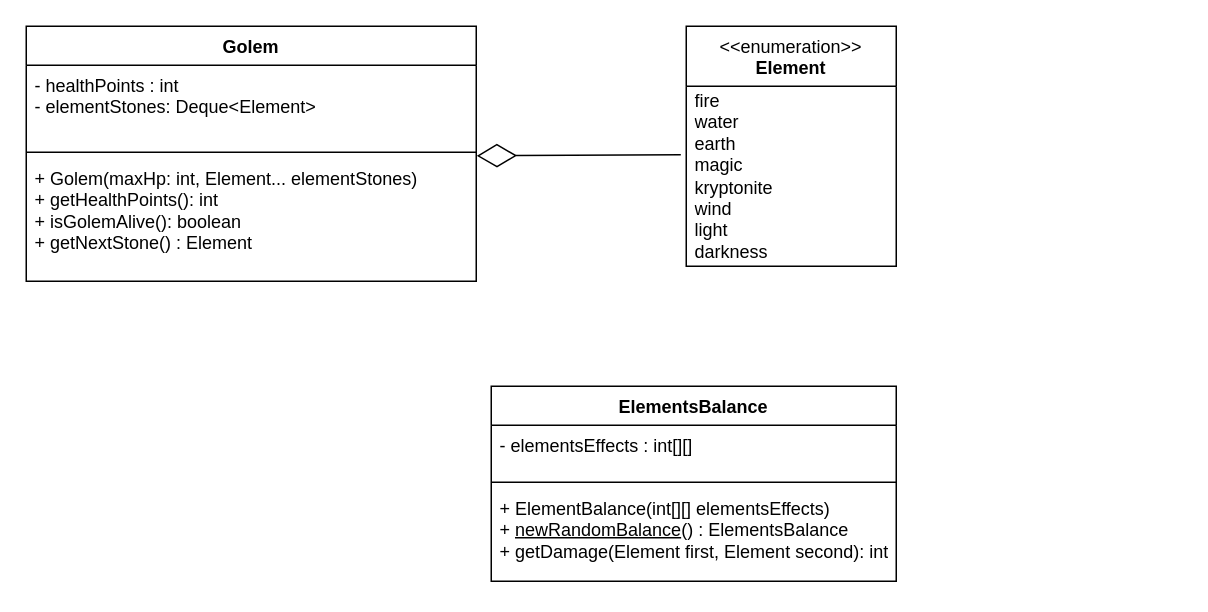
This is UML.drawio from ildivan/PgAr2023_Pota_TamaGolem, a draw.io file, before an edit. Source tidied: cells renumbered, new cells numbered last; positions are measured from the earlier drawing's top-left corner, leaving out a move shared by most shapes. Both pictures are drawn from the tidied source at 150%, with x=0, y=0 at pixel (26, 26).
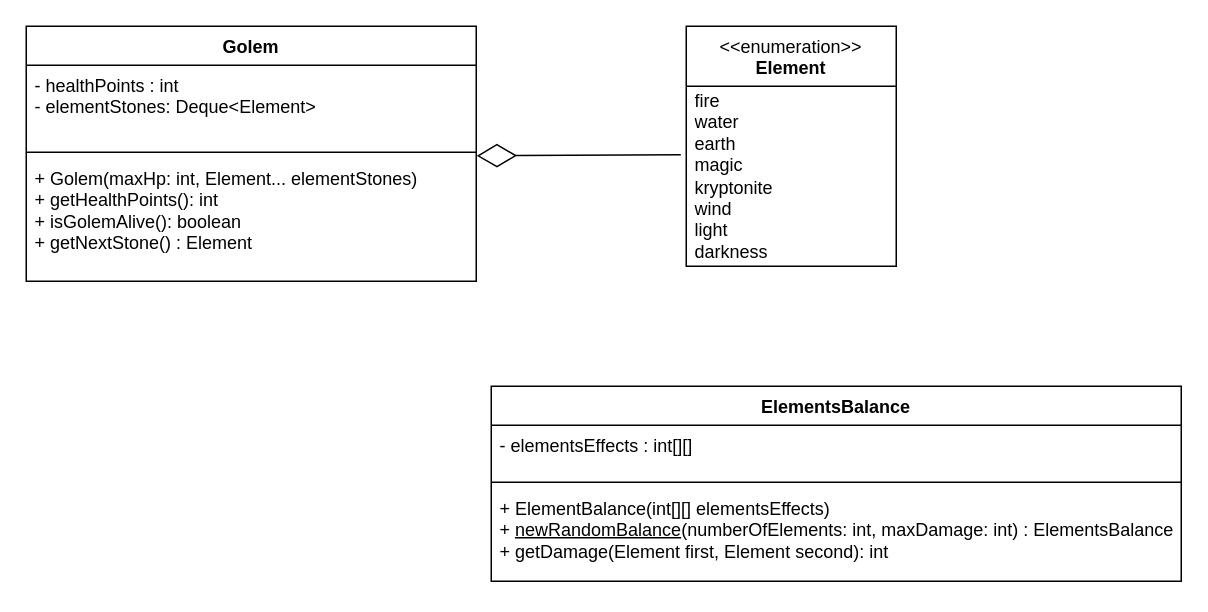
The same diagram, later.

Diff of the diagram source:
```diff
@@
 <mxGraphModel>
   <root>
     <mxCell id="0" />
     <mxCell id="1" parent="0" />
     <mxCell id="2" value="&amp;lt;&amp;lt;enumeration&amp;gt;&amp;gt;&lt;br&gt;&lt;b&gt;Element&lt;/b&gt;" style="swimlane;fontStyle=0;align=center;verticalAlign=top;horizontal=1;startSize=40;html=1;whiteSpace=wrap;" parent="1" vertex="1">
       <mxGeometry x="440" width="140" height="160" as="geometry" />
     </mxCell>
     <mxCell id="3" value="fire&lt;br&gt;water&lt;br&gt;earth&lt;br&gt;magic&lt;br&gt;kryptonite&lt;br&gt;wind&lt;br&gt;light&lt;br&gt;darkness" style="text;html=1;strokeColor=none;fillColor=none;align=left;verticalAlign=middle;spacingLeft=4;spacingRight=4;overflow=hidden;points=[[0,0.5],[1,0.5]];portConstraint=eastwest;whiteSpace=wrap;" parent="2" vertex="1">
       <mxGeometry y="40" width="140" height="120" as="geometry" />
     </mxCell>
     <mxCell id="4" value="Golem&lt;br&gt;" style="swimlane;fontStyle=1;align=center;verticalAlign=top;horizontal=1;startSize=26;whiteSpace=wrap;html=1;" parent="1" vertex="1">
       <mxGeometry width="300" height="170" as="geometry" />
     </mxCell>
     <mxCell id="5" value="- healthPoints : int&lt;br&gt;- elementStones: Deque&amp;lt;Element&amp;gt;" style="text;strokeColor=none;fillColor=none;align=left;verticalAlign=top;spacingLeft=4;spacingRight=4;overflow=hidden;whiteSpace=wrap;html=1;" parent="4" vertex="1">
       <mxGeometry y="26" width="300" height="54" as="geometry" />
     </mxCell>
     <mxCell id="6" style="line;strokeWidth=1;fillColor=none;align=left;verticalAlign=middle;spacingTop=-1;spacingLeft=3;spacingRight=3;labelPosition=right;strokeColor=inherit;" parent="4" vertex="1">
       <mxGeometry y="80" width="300" height="8" as="geometry" />
     </mxCell>
     <mxCell id="7" value="+ Golem(maxHp: int, Element... elementStones)&amp;nbsp;&lt;br&gt;+ getHealthPoints(): int&lt;br&gt;+ isGolemAlive(): boolean&lt;br&gt;+ getNextStone() : Element" style="text;strokeColor=none;fillColor=none;align=left;verticalAlign=top;spacingLeft=4;spacingRight=4;overflow=hidden;points=[[0,0.5],[1,0.5]];portConstraint=eastwest;whiteSpace=wrap;html=1;" parent="4" vertex="1">
       <mxGeometry y="88" width="300" height="82" as="geometry" />
     </mxCell>
     <mxCell id="8" style="endArrow=diamondThin;endFill=0;endSize=24;html=1;rounded=0;entryX=1.001;entryY=-0.02;entryDx=0;entryDy=0;entryPerimeter=0;exitX=-0.026;exitY=0.38;exitDx=0;exitDy=0;exitPerimeter=0;" parent="1" edge="1" source="3" target="7">
       <mxGeometry relative="1" as="geometry" />
     </mxCell>
     <mxCell id="9" value="ElementsBalance" style="swimlane;fontStyle=1;align=center;verticalAlign=top;horizontal=1;startSize=26;whiteSpace=wrap;html=1;" parent="1" vertex="1">
-      <mxGeometry x="310" y="240" width="270" height="130" as="geometry" />
+      <mxGeometry x="310" y="240" width="460" height="130" as="geometry" />
     </mxCell>
     <mxCell id="10" value="- elementsEffects : int[][]&amp;nbsp;" style="text;strokeColor=none;fillColor=none;align=left;verticalAlign=top;spacingLeft=4;spacingRight=4;overflow=hidden;whiteSpace=wrap;html=1;" parent="9" vertex="1">
-      <mxGeometry y="26" width="270" height="34" as="geometry" />
+      <mxGeometry y="26" width="460" height="34" as="geometry" />
     </mxCell>
     <mxCell id="11" style="line;strokeWidth=1;fillColor=none;align=left;verticalAlign=middle;spacingTop=-1;spacingLeft=3;spacingRight=3;labelPosition=right;strokeColor=inherit;" parent="9" vertex="1">
-      <mxGeometry y="60" width="270" height="8" as="geometry" />
+      <mxGeometry y="60" width="460" height="8" as="geometry" />
     </mxCell>
-    <mxCell id="12" value="+ ElementBalance(int[][] elementsEffects)&lt;br&gt;+ &lt;u&gt;newRandomBalance&lt;/u&gt;() : ElementsBalance&lt;br&gt;+ getDamage(Element first, Element second): int" style="text;strokeColor=none;fillColor=none;align=left;verticalAlign=top;spacingLeft=4;spacingRight=4;overflow=hidden;whiteSpace=wrap;html=1;" parent="9" vertex="1">
-      <mxGeometry y="68" width="270" height="62" as="geometry" />
+    <mxCell id="12" value="+ ElementBalance(int[][] elementsEffects)&lt;br&gt;+ &lt;u&gt;newRandomBalance&lt;/u&gt;(numberOfElements: int, maxDamage: int) : ElementsBalance&lt;br&gt;+ getDamage(Element first, Element second): int" style="text;strokeColor=none;fillColor=none;align=left;verticalAlign=top;spacingLeft=4;spacingRight=4;overflow=hidden;whiteSpace=wrap;html=1;" parent="9" vertex="1">
+      <mxGeometry y="68" width="460" height="62" as="geometry" />
     </mxCell>
   </root>
 </mxGraphModel>
```
